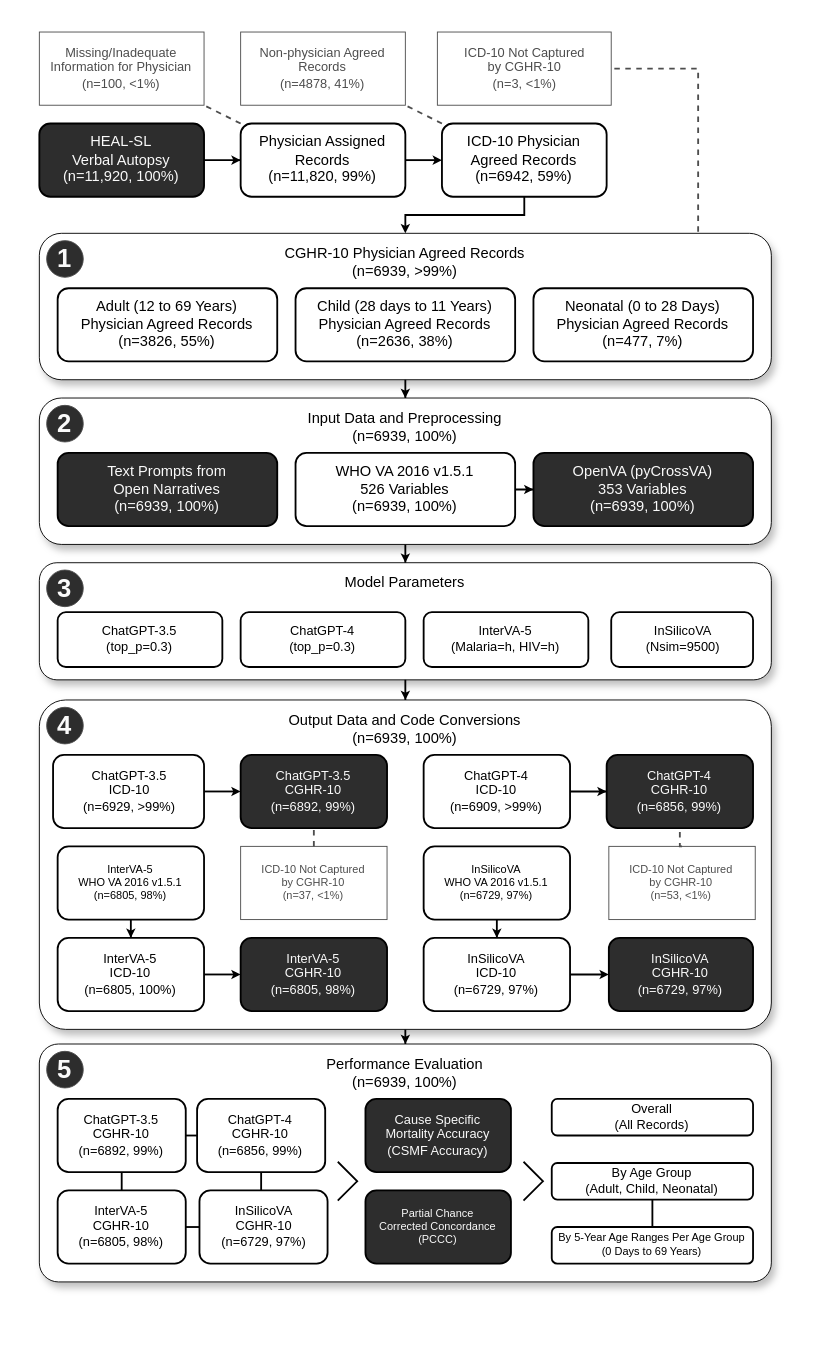
Before: src/fig-methods.drawio in cghr-toronto/wen-et-al-2025-cava, a draw.io diagram. Source tidied: cells renumbered, new cells numbered last; positions are measured from the earlier drawing's top-left corner, leaving out a move shared by most shapes. Both pictures are drawn from the tidied source at 183%, with x=0, y=0 at pixel (38, 31).
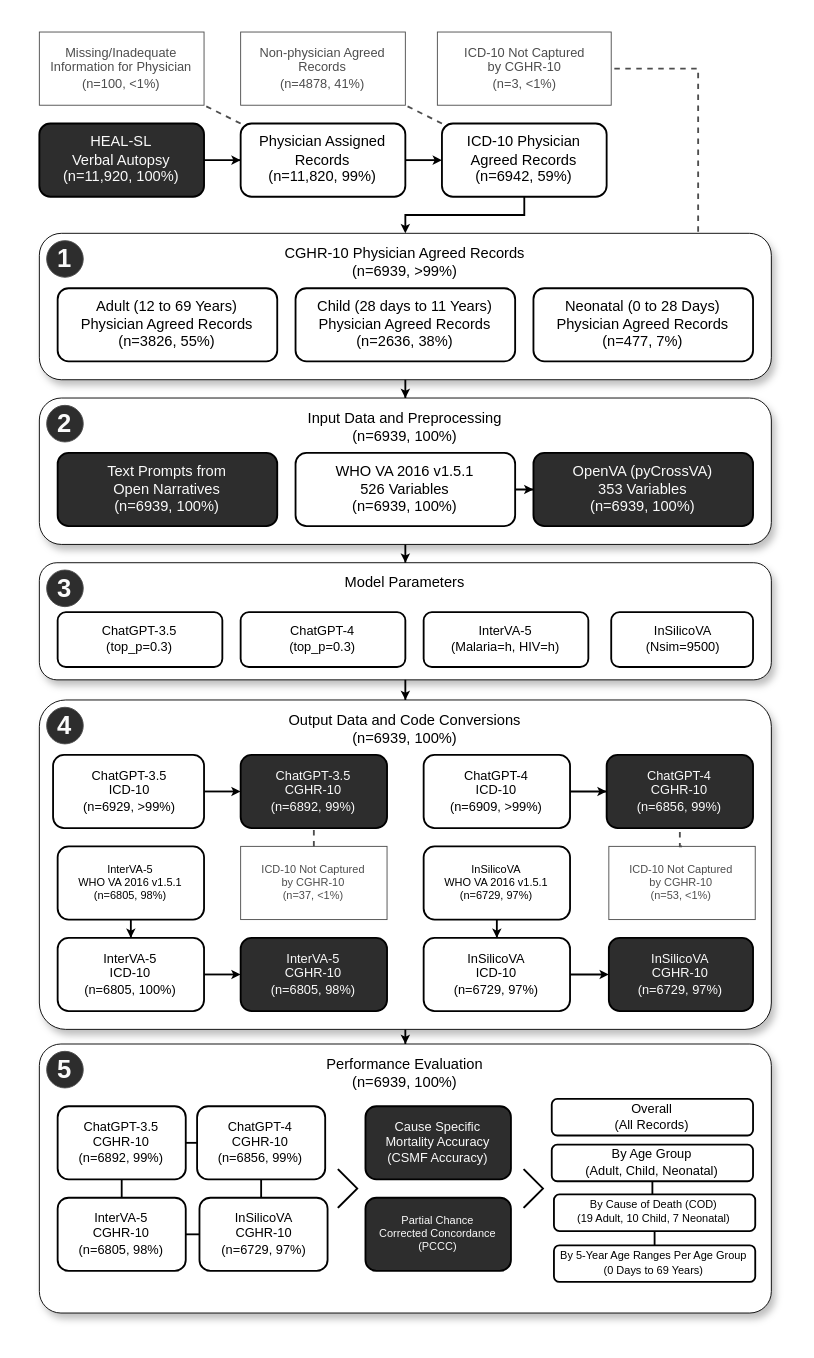
The same diagram, later.

Diff of the diagram source:
```diff
@@
     <mxCell id="53" value="Performance Evaluation&lt;br&gt;(n=6939, 100%)" style="rounded=1;whiteSpace=wrap;html=1;fontFamily=Arial;fontSize=8;verticalAlign=top;fillColor=default;fontColor=#000000;strokeColor=default;strokeWidth=0.5;arcSize=8;imageHeight=24;shadow=1;" parent="1" vertex="1">
-      <mxGeometry y="553" width="400" height="130" as="geometry" />
+      <mxGeometry y="553" width="400" height="147" as="geometry" />
     </mxCell>
@@
     <mxCell id="55" value="ChatGPT-3.5&lt;br&gt;CGHR-10&lt;br style=&quot;font-size: 7px;&quot;&gt;(n=6892, 99%)" style="rounded=1;whiteSpace=wrap;html=1;fontFamily=Arial;fontSize=7;fillColor=#FFFFFF;fontColor=#000000;fontStyle=0;strokeWidth=1;gradientColor=none;" parent="1" vertex="1">
-      <mxGeometry x="10" y="583" width="70" height="40" as="geometry" />
+      <mxGeometry x="10" y="587" width="70" height="40" as="geometry" />
     </mxCell>
@@
     <mxCell id="57" value="ChatGPT-4&lt;br&gt;CGHR-10&lt;br style=&quot;font-size: 7px;&quot;&gt;(n=6856, 99%)" style="rounded=1;whiteSpace=wrap;html=1;fontFamily=Arial;fontSize=7;fillColor=#FFFFFF;fontColor=#000000;fontStyle=0;strokeWidth=1;gradientColor=none;" parent="1" vertex="1">
-      <mxGeometry x="86.2" y="583" width="70" height="40" as="geometry" />
+      <mxGeometry x="86.2" y="587" width="70" height="40" as="geometry" />
     </mxCell>
@@
     <mxCell id="59" value="InterVA-5&lt;br style=&quot;font-size: 7px;&quot;&gt;CGHR-10&lt;br style=&quot;font-size: 7px;&quot;&gt;(n=6805, 98%)" style="rounded=1;whiteSpace=wrap;html=1;fontFamily=Arial;fontSize=7;fillColor=#FFFFFF;fontColor=#000000;fontStyle=0;strokeWidth=1;gradientColor=none;" parent="1" vertex="1">
-      <mxGeometry x="10" y="633" width="70" height="40" as="geometry" />
+      <mxGeometry x="10" y="637" width="70" height="40" as="geometry" />
     </mxCell>
@@
     <mxCell id="61" value="InSilicoVA&lt;br style=&quot;font-size: 7px;&quot;&gt;CGHR-10&lt;br style=&quot;font-size: 7px;&quot;&gt;(n=6729, 97%)" style="rounded=1;whiteSpace=wrap;html=1;fontFamily=Arial;fontSize=7;fillColor=#FFFFFF;fontColor=#000000;fontStyle=0;strokeWidth=1;gradientColor=none;" parent="1" vertex="1">
-      <mxGeometry x="87.5" y="633" width="70" height="40" as="geometry" />
+      <mxGeometry x="87.5" y="637" width="70" height="40" as="geometry" />
     </mxCell>
     <mxCell id="62" value="Cause Specific&lt;br&gt;Mortality Accuracy&lt;br&gt;(CSMF Accuracy)" style="rounded=1;whiteSpace=wrap;html=1;fontFamily=Arial;fontSize=7;fillColor=#2D2D2D;fontColor=#FAFAFA;fontStyle=0;strokeWidth=1;gradientColor=none;" parent="1" vertex="1">
-      <mxGeometry x="178.2" y="583" width="79.5" height="40" as="geometry" />
+      <mxGeometry x="178.2" y="587" width="79.5" height="40" as="geometry" />
     </mxCell>
     <mxCell id="63" value="Partial Chance&lt;br style=&quot;font-size: 6px;&quot;&gt;Corrected Concordance&lt;br style=&quot;font-size: 6px;&quot;&gt;(PCCC)" style="rounded=1;whiteSpace=wrap;html=1;fontFamily=Arial;fontSize=6;fillColor=#2D2D2D;fontColor=#FAFAFA;fontStyle=0;strokeWidth=1;gradientColor=none;" parent="1" vertex="1">
-      <mxGeometry x="178.2" y="633" width="79.5" height="40" as="geometry" />
+      <mxGeometry x="178.2" y="637" width="79.5" height="40" as="geometry" />
     </mxCell>
@@
     <mxCell id="66" value="By Age Group&lt;br&gt;(Adult, Child, Neonatal)" style="rounded=1;whiteSpace=wrap;html=1;fontFamily=Arial;fontSize=7;fillColor=#FFFFFF;fontColor=#000000;fontStyle=0;strokeWidth=1;gradientColor=none;" parent="1" vertex="1">
-      <mxGeometry x="280" y="618" width="110" height="20" as="geometry" />
+      <mxGeometry x="280" y="608" width="110" height="20" as="geometry" />
     </mxCell>
-    <mxCell id="67" value="By 5-Year Age Ranges Per Age Group&lt;br style=&quot;font-size: 6px;&quot;&gt;(0 Days to 69 Years)" style="rounded=1;whiteSpace=wrap;html=1;fontFamily=Arial;fontSize=6;fillColor=#FFFFFF;fontColor=#000000;fontStyle=0;strokeWidth=1;gradientColor=none;" parent="1" vertex="1">
-      <mxGeometry x="280" y="653" width="110" height="20" as="geometry" />
+    <mxCell id="67" value="By Cause of Death (COD)&lt;br style=&quot;font-size: 6px;&quot;&gt;(19 Adult, 10 Child, 7 Neonatal)" style="rounded=1;whiteSpace=wrap;html=1;fontFamily=Arial;fontSize=6;fillColor=#FFFFFF;fontColor=#000000;fontStyle=0;strokeWidth=1;gradientColor=none;" parent="1" vertex="1">
+      <mxGeometry x="281.2" y="635.2" width="110" height="20" as="geometry" />
     </mxCell>
     <mxCell id="68" style="shape=partialRectangle;whiteSpace=wrap;html=1;bottom=0;right=0;fillColor=none;rounded=0;strokeColor=#000000;strokeWidth=1;align=center;verticalAlign=middle;fontFamily=Arial;fontSize=7;fontColor=#4D4D4D;rotation=-225;" parent="1" vertex="1">
-      <mxGeometry x="156.2" y="620.7" width="14.5" height="14.5" as="geometry" />
+      <mxGeometry x="156.2" y="624.7" width="14.5" height="14.5" as="geometry" />
     </mxCell>
     <mxCell id="69" style="shape=partialRectangle;whiteSpace=wrap;html=1;bottom=0;right=0;fillColor=none;rounded=0;strokeColor=#000000;strokeWidth=1;align=center;verticalAlign=middle;fontFamily=Arial;fontSize=7;fontColor=#4D4D4D;rotation=-225;" parent="1" vertex="1">
-      <mxGeometry x="257.7" y="620.7" width="14.5" height="14.5" as="geometry" />
+      <mxGeometry x="257.7" y="624.7" width="14.5" height="14.5" as="geometry" />
     </mxCell>
@@
+    <mxCell id="75" value="By 5-Year Age Ranges Per Age Group&lt;br style=&quot;font-size: 6px;&quot;&gt;(0 Days to 69 Years)" style="rounded=1;whiteSpace=wrap;html=1;fontFamily=Arial;fontSize=6;fillColor=#FFFFFF;fontColor=#000000;fontStyle=0;strokeWidth=1;gradientColor=none;" parent="1" vertex="1">
+      <mxGeometry x="281.2" y="663" width="110" height="20" as="geometry" />
+    </mxCell>
+    <mxCell id="76" style="edgeStyle=orthogonalEdgeStyle;shape=connector;rounded=0;jettySize=auto;html=1;entryX=0.5;entryY=0;entryDx=0;entryDy=0;labelBackgroundColor=default;strokeColor=default;align=center;verticalAlign=middle;fontFamily=Arial;fontSize=7;fontColor=#4D4D4D;endArrow=none;startSize=2;endSize=2;endFill=0;exitX=0.5;exitY=1;exitDx=0;exitDy=0;" parent="1" edge="1" source="67" target="75">
+      <mxGeometry relative="1" as="geometry" />
+    </mxCell>
```
